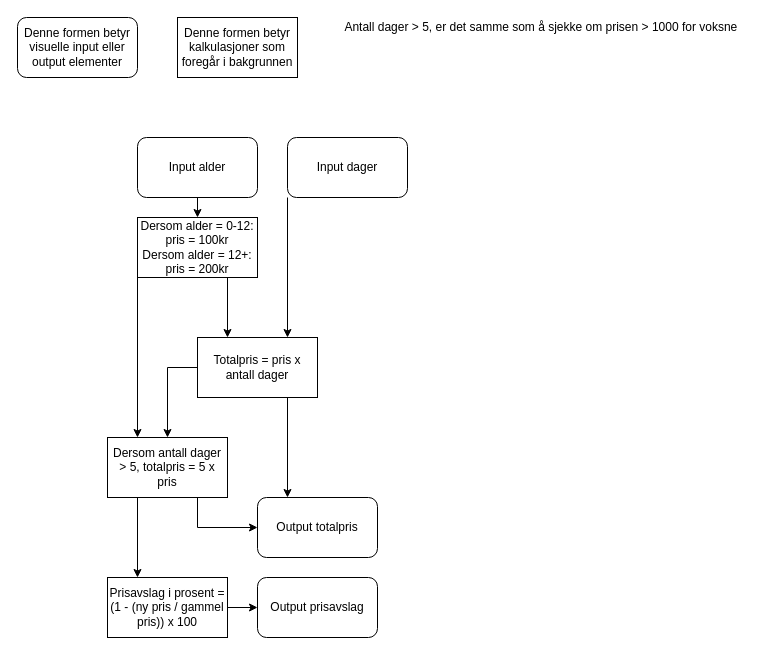
Before: lift-pass.drawio in Artx999/snofjell, a draw.io diagram. Source tidied: cells renumbered, new cells numbered last; positions are measured from the earlier drawing's top-left corner, leaving out a move shared by most shapes. Both pictures are drawn from the tidied source at 100%, with x=0, y=0 at pixel (17, 17).
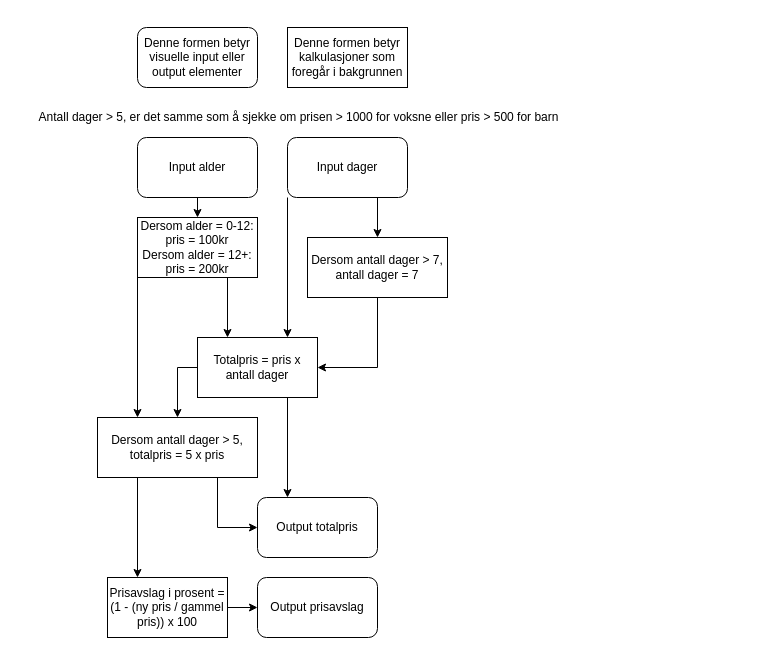
The same page after the edit.

Unchanged cells that the change refers to:
```xml
<mxCell id="5" value="Input dager" style="rounded=1;whiteSpace=wrap;html=1;" parent="1" vertex="1">
  <mxGeometry x="270" y="120" width="120" height="60" as="geometry" />
</mxCell>
<mxCell id="8" value="Totalpris = pris x antall dager" style="rounded=0;whiteSpace=wrap;html=1;" parent="1" vertex="1">
  <mxGeometry x="180" y="320" width="120" height="60" as="geometry" />
</mxCell>
```

Diff of the diagram source:
```diff
@@
+    <mxCell id="22" style="edgeStyle=orthogonalEdgeStyle;rounded=0;jettySize=auto;html=1;exitX=0.75;exitY=1;exitDx=0;exitDy=0;" parent="1" edge="1" source="5" target="24">
+      <mxGeometry relative="1" as="geometry" />
+    </mxCell>
@@
     <mxCell id="12" value="Denne formen betyr visuelle input eller output elementer" style="rounded=1;whiteSpace=wrap;html=1;" parent="1" vertex="1">
-      <mxGeometry width="120" height="60" as="geometry" />
+      <mxGeometry x="120" y="10" width="120" height="60" as="geometry" />
     </mxCell>
     <mxCell id="13" value="Denne formen betyr kalkulasjoner som foregår i bakgrunnen" style="rounded=0;whiteSpace=wrap;html=1;" parent="1" vertex="1">
-      <mxGeometry x="160" width="120" height="60" as="geometry" />
+      <mxGeometry x="270" y="10" width="120" height="60" as="geometry" />
     </mxCell>
@@
     <mxCell id="17" value="Dersom antall dager &amp;gt; 5, totalpris = 5 x pris" style="rounded=0;whiteSpace=wrap;html=1;" parent="1" vertex="1">
-      <mxGeometry x="90" y="420" width="120" height="60" as="geometry" />
+      <mxGeometry x="80" y="400" width="160" height="60" as="geometry" />
     </mxCell>
@@
-    <mxCell id="19" value="Antall dager &amp;gt; 5, er det samme som å sjekke om prisen &amp;gt; 1000 for voksne&amp;nbsp;" style="text;html=1;align=center;verticalAlign=middle;" parent="1" vertex="1">
-      <mxGeometry x="320" width="410" height="20" as="geometry" />
+    <mxCell id="19" value="Antall dager &amp;gt; 5, er det samme som å sjekke om prisen &amp;gt; 1000 for voksne eller pris &amp;gt; 500 for barn" style="text;html=1;align=center;verticalAlign=middle;" parent="1" vertex="1">
+      <mxGeometry x="11" y="90" width="540" height="20" as="geometry" />
     </mxCell>
@@
+    <mxCell id="23" style="edgeStyle=orthogonalEdgeStyle;rounded=0;jettySize=auto;html=1;exitX=0.5;exitY=1;exitDx=0;exitDy=0;entryX=1;entryY=0.5;entryDx=0;entryDy=0;" parent="1" edge="1" source="24" target="8">
+      <mxGeometry relative="1" as="geometry" />
+    </mxCell>
+    <mxCell id="24" value="Dersom antall dager &amp;gt; 7, antall dager = 7" style="rounded=0;whiteSpace=wrap;html=1;" parent="1" vertex="1">
+      <mxGeometry x="290" y="220" width="140" height="60" as="geometry" />
+    </mxCell>
```
